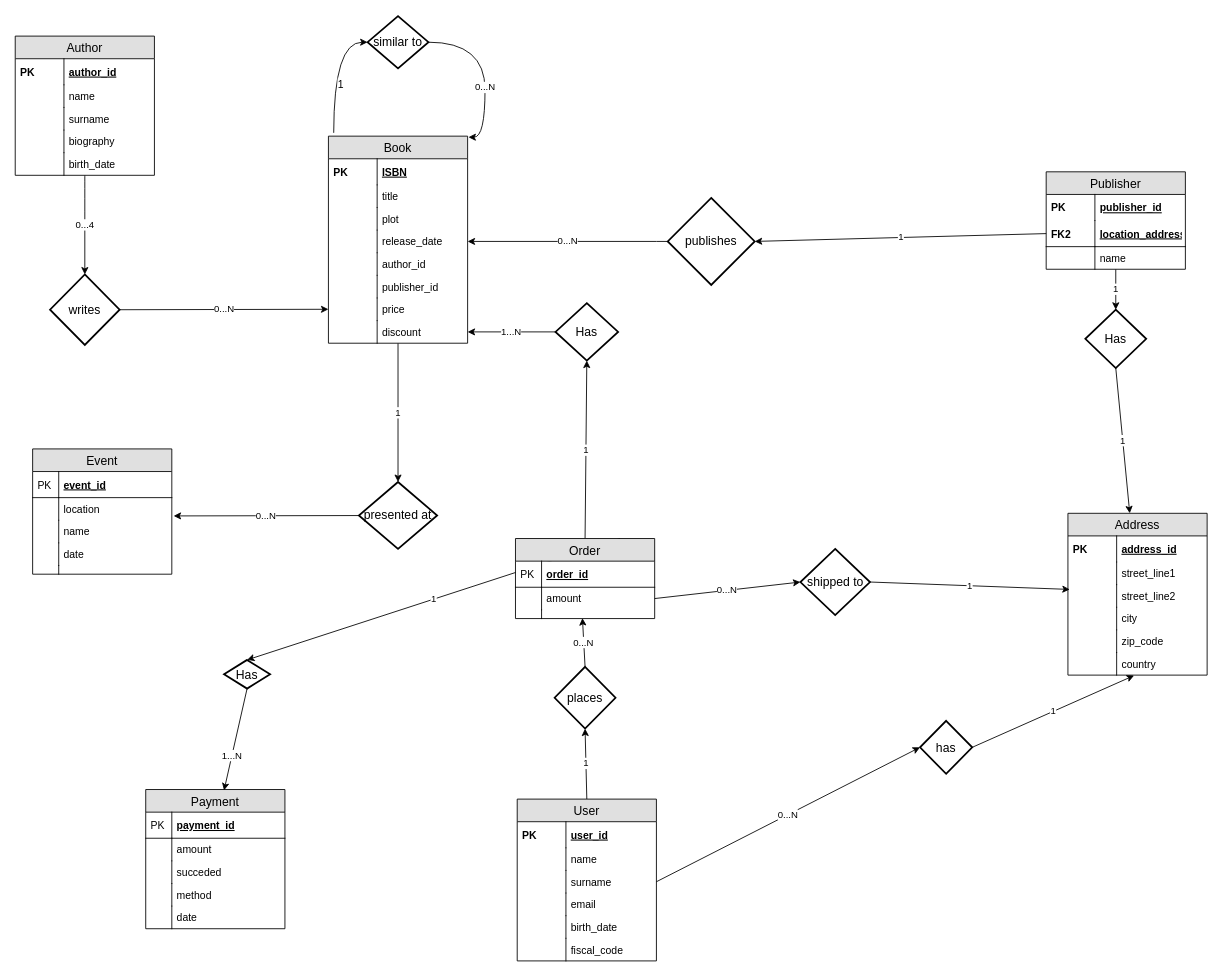
malta895/hypermedia-project keeps this draw.io diagram as other/er_diagram/ER.drawio. Above is the earlier version. Source tidied: cells renumbered, new cells numbered last; positions are measured from the earlier drawing's top-left corner, leaving out a move shared by most shapes. Both pictures are drawn from the tidied source at 87%, with x=0, y=0 at pixel (15, 16).
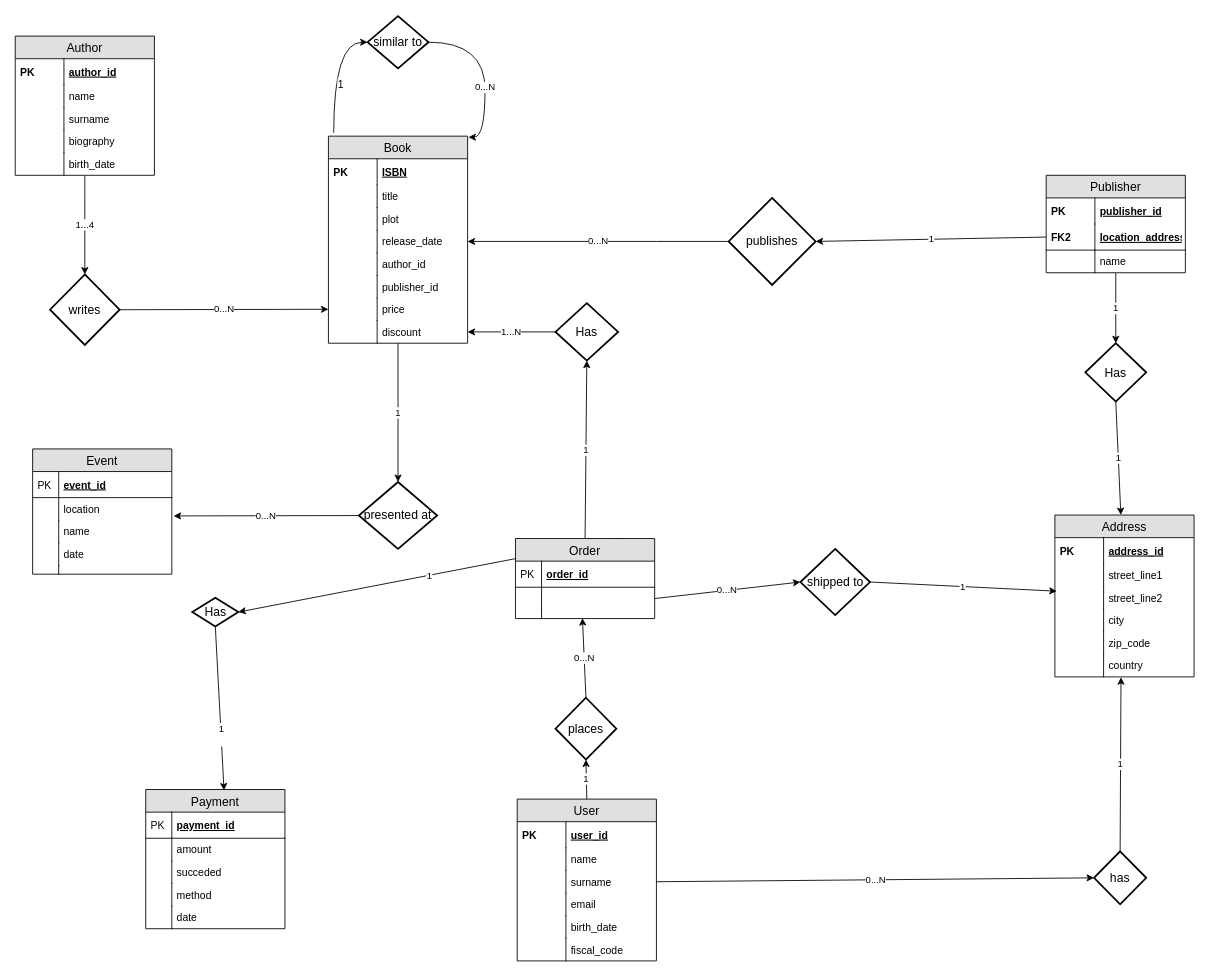
Above is the later version.

The change refers to these unchanged cells:
```xml
<mxCell id="21" value="country" style="shape=partialRectangle;top=0;left=0;right=0;bottom=0;align=left;verticalAlign=top;fillColor=none;spacingLeft=60;spacingRight=4;overflow=hidden;points=[[0,0.5],[1,0.5]];portConstraint=eastwest;fontSize=12;" parent="10" vertex="1">
  <mxGeometry y="160" width="160" height="26" as="geometry" />
</mxCell>
<mxCell id="56" value="Author" style="swimlane;fontStyle=0;horizontal=1;startSize=26;fillColor=#e0e0e0;swimlaneFillColor=#ffffff;align=center;fontSize=14;" parent="1" vertex="1">
  <mxGeometry y="23" width="160" height="160" as="geometry" />
</mxCell>
<mxCell id="80" value="Order" style="swimlane;fontStyle=0;horizontal=1;startSize=26;fillColor=#e0e0e0;swimlaneFillColor=#ffffff;align=center;fontSize=14;" parent="1" vertex="1">
  <mxGeometry x="575" y="600.5" width="160" height="92" as="geometry" />
</mxCell>
<mxCell id="95" value="writes&lt;br&gt;" style="shape=rhombus;strokeWidth=2;fontSize=17;perimeter=rhombusPerimeter;whiteSpace=wrap;html=1;align=center;fontSize=14;" parent="1" vertex="1">
  <mxGeometry x="40" y="297" width="80" height="81" as="geometry" />
</mxCell>
```

Change to the diagram source:
```diff
@@
     <mxCell id="3" value="Publisher" style="swimlane;fontStyle=0;horizontal=1;startSize=26;fillColor=#e0e0e0;swimlaneFillColor=#ffffff;align=center;fontSize=14;" parent="1" vertex="1">
-      <mxGeometry x="1185" y="179" width="160" height="112" as="geometry" />
+      <mxGeometry x="1185" y="183" width="160" height="112" as="geometry" />
     </mxCell>
@@
     <mxCell id="10" value="Address" style="swimlane;fontStyle=0;horizontal=1;startSize=26;fillColor=#e0e0e0;swimlaneFillColor=#ffffff;align=center;fontSize=14;" parent="1" vertex="1">
-      <mxGeometry x="1210" y="571.5" width="160" height="186" as="geometry" />
+      <mxGeometry x="1195" y="573.5" width="160" height="186" as="geometry" />
     </mxCell>
@@
-    <mxCell id="55" value="0...4" style="edgeStyle=orthogonalEdgeStyle;curved=1;rounded=0;jettySize=auto;html=1;entryX=0.5;entryY=0;entryDx=0;entryDy=0;startArrow=none;startFill=0;endArrow=classic;endFill=1;" parent="1" edge="1" source="56" target="95">
+    <mxCell id="55" value="1...4" style="edgeStyle=orthogonalEdgeStyle;curved=1;rounded=0;jettySize=auto;html=1;entryX=0.5;entryY=0;entryDx=0;entryDy=0;startArrow=none;startFill=0;endArrow=classic;endFill=1;" parent="1" edge="1" source="56" target="95">
       <mxGeometry relative="1" as="geometry" />
     </mxCell>
@@
-    <mxCell id="79" value="1" style="edgeStyle=none;rounded=0;jettySize=auto;html=1;exitX=0.75;exitY=0;exitDx=0;exitDy=0;startArrow=none;startFill=0;endArrow=classic;endFill=1;entryX=0.5;entryY=0;entryDx=0;entryDy=0;" parent="1" edge="1" source="80" target="122">
+    <mxCell id="79" value="1" style="edgeStyle=none;rounded=0;jettySize=auto;html=1;exitX=0.75;exitY=0;exitDx=0;exitDy=0;startArrow=none;startFill=0;endArrow=classic;endFill=1;entryX=1;entryY=0.5;entryDx=0;entryDy=0;" parent="1" edge="1" source="80" target="122">
       <mxGeometry relative="1" as="geometry" />
     </mxCell>
@@
-    <mxCell id="83" value="amount" style="shape=partialRectangle;top=0;left=0;right=0;bottom=0;align=left;verticalAlign=top;fillColor=none;spacingLeft=34;spacingRight=4;overflow=hidden;points=[[0,0.5],[1,0.5]];portConstraint=eastwest;fontSize=12;" parent="80" vertex="1">
+    <mxCell id="83" style="shape=partialRectangle;top=0;left=0;right=0;bottom=0;align=left;verticalAlign=top;fillColor=none;spacingLeft=34;spacingRight=4;overflow=hidden;points=[[0,0.5],[1,0.5]];portConstraint=eastwest;fontSize=12;" parent="80" vertex="1">
       <mxGeometry y="56" width="160" height="26" as="geometry" />
     </mxCell>
@@
     <mxCell id="89" value="publishes" style="shape=rhombus;strokeWidth=2;fontSize=17;perimeter=rhombusPerimeter;whiteSpace=wrap;html=1;align=center;fontSize=14;" parent="1" vertex="1">
-      <mxGeometry x="750" y="209" width="100" height="100" as="geometry" />
+      <mxGeometry x="820" y="209" width="100" height="100" as="geometry" />
     </mxCell>
@@
     <mxCell id="99" value="Has" style="shape=rhombus;strokeWidth=2;fontSize=17;perimeter=rhombusPerimeter;whiteSpace=wrap;html=1;align=center;fontSize=14;" parent="1" vertex="1">
-      <mxGeometry x="1230" y="337.5" width="70" height="67" as="geometry" />
+      <mxGeometry x="1230" y="376" width="70" height="67" as="geometry" />
     </mxCell>
@@
-    <mxCell id="105" value="1" style="edgeStyle=none;rounded=0;jettySize=auto;html=1;exitX=1;exitY=0.5;exitDx=0;exitDy=0;startArrow=none;startFill=0;endArrow=classic;endFill=1;entryX=0.475;entryY=1.019;entryDx=0;entryDy=0;entryPerimeter=0;" parent="1" edge="1" source="106" target="21">
+    <mxCell id="105" value="1" style="edgeStyle=none;rounded=0;jettySize=auto;html=1;exitX=0.5;exitY=0;exitDx=0;exitDy=0;startArrow=none;startFill=0;endArrow=classic;endFill=1;entryX=0.475;entryY=1.019;entryDx=0;entryDy=0;entryPerimeter=0;" parent="1" edge="1" source="106" target="21">
       <mxGeometry relative="1" as="geometry" />
     </mxCell>
     <mxCell id="106" value="has&lt;br&gt;" style="shape=rhombus;strokeWidth=2;fontSize=17;perimeter=rhombusPerimeter;whiteSpace=wrap;html=1;align=center;fontSize=14;" parent="1" vertex="1">
-      <mxGeometry x="1040" y="810" width="60" height="61" as="geometry" />
+      <mxGeometry x="1240" y="960" width="60" height="61" as="geometry" />
     </mxCell>
@@
     <mxCell id="109" value="places&lt;br&gt;" style="shape=rhombus;strokeWidth=2;fontSize=17;perimeter=rhombusPerimeter;whiteSpace=wrap;html=1;align=center;fontSize=14;" parent="1" vertex="1">
-      <mxGeometry x="620" y="748" width="70" height="71" as="geometry" />
+      <mxGeometry x="621" y="783.5" width="70" height="71" as="geometry" />
     </mxCell>
@@
-    <mxCell id="121" value="1...N" style="edgeStyle=none;rounded=0;jettySize=auto;html=1;exitX=0.5;exitY=1;exitDx=0;exitDy=0;startArrow=none;startFill=0;endArrow=classic;endFill=1;" parent="1" edge="1" source="122">
+    <mxCell id="121" value="1&lt;br&gt;&lt;br&gt;" style="edgeStyle=none;rounded=0;jettySize=auto;html=1;exitX=0.5;exitY=1;exitDx=0;exitDy=0;startArrow=none;startFill=0;endArrow=classic;endFill=1;" parent="1" edge="1" source="122">
       <mxGeometry x="0.32" relative="1" as="geometry">
         <mxPoint x="240" y="890" as="targetPoint" />
       </mxGeometry>
     </mxCell>
     <mxCell id="122" value="Has" style="shape=rhombus;strokeWidth=2;fontSize=17;perimeter=rhombusPerimeter;whiteSpace=wrap;html=1;align=center;fontSize=14;" parent="1" vertex="1">
-      <mxGeometry x="240" y="740" width="53" height="33" as="geometry" />
+      <mxGeometry x="203.5" y="668.5" width="53" height="33" as="geometry" />
     </mxCell>
```
